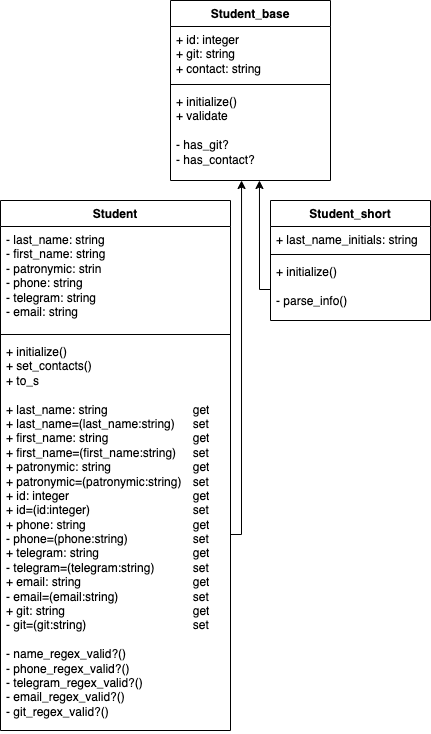
This is Lab2_Core_Classes_and_Models/UML_Student.png from MishaBlinsky/design_patterns, a draw.io export, as it was before one commit. Source tidied: cells renumbered, new cells last; positions are measured from the earlier drawing's top-left corner, leaving out a move shared by most shapes.
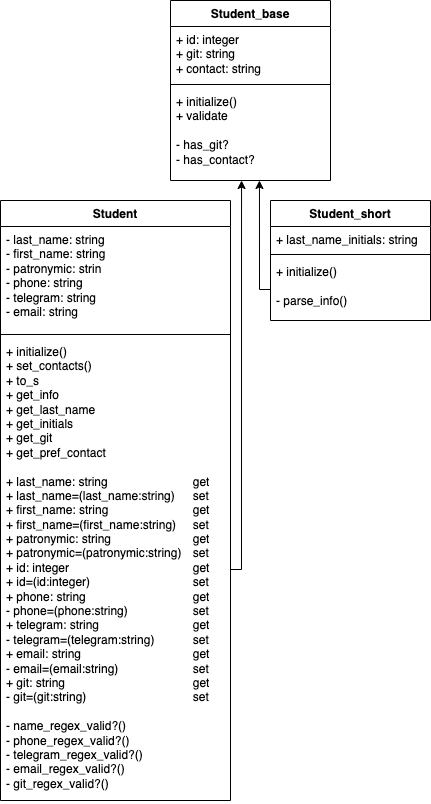
Later version of the same file.

Commit message:
UML_student.png - remembered that get_* methods exist

What changed in the source:
```diff
@@ -3,7 +3,7 @@
     <mxCell id="0" />
     <mxCell id="1" parent="0" />
     <mxCell id="2" value="Student" style="swimlane;fontStyle=1;align=center;verticalAlign=top;horizontal=1;startSize=26;whiteSpace=wrap;html=1;" parent="1" vertex="1">
-      <mxGeometry y="200" width="230" height="530" as="geometry" />
+      <mxGeometry y="200" width="230" height="600" as="geometry" />
     </mxCell>
     <mxCell id="3" value="- last_name: string&lt;div&gt;- first_name&lt;span style=&quot;background-color: initial;&quot;&gt;: string&lt;/span&gt;&lt;/div&gt;&lt;div&gt;- patronymic&lt;span style=&quot;background-color: initial;&quot;&gt;: strin&lt;/span&gt;&lt;/div&gt;&lt;div&gt;- phone&lt;span style=&quot;background-color: initial;&quot;&gt;: string&lt;/span&gt;&lt;/div&gt;&lt;div&gt;- telegram&lt;span style=&quot;background-color: initial;&quot;&gt;: string&lt;/span&gt;&lt;/div&gt;&lt;div&gt;- email&lt;span style=&quot;background-color: initial;&quot;&gt;: string&lt;/span&gt;&lt;/div&gt;" style="text;strokeColor=none;fillColor=none;align=left;verticalAlign=top;spacingLeft=4;spacingRight=4;overflow=hidden;whiteSpace=wrap;html=1;" parent="2" vertex="1">
       <mxGeometry y="26" width="230" height="104" as="geometry" />
@@ -11,8 +11,8 @@
     <mxCell id="4" style="line;strokeWidth=1;fillColor=none;align=left;verticalAlign=middle;spacingTop=-1;spacingLeft=3;spacingRight=3;labelPosition=right;strokeColor=inherit;" parent="2" vertex="1">
       <mxGeometry y="130" width="230" height="8" as="geometry" />
     </mxCell>
-    <mxCell id="5" value="+ initialize()&lt;div&gt;+ set_contacts()&lt;/div&gt;&lt;div&gt;+ to_s&lt;/div&gt;&lt;div&gt;&lt;br&gt;&lt;/div&gt;&lt;div style=&quot;&quot;&gt;+ last_name: string&lt;span style=&quot;white-space: pre;&quot;&gt;&#9;&lt;/span&gt;&lt;span style=&quot;white-space: pre;&quot;&gt;&#9;&lt;span style=&quot;white-space: pre;&quot;&gt;&#9;&lt;/span&gt;&lt;span style=&quot;white-space: pre;&quot;&gt;&#9;&lt;/span&gt;&lt;/span&gt;get&lt;/div&gt;&lt;div&gt;+ last_name=(last_name:string)&lt;span style=&quot;white-space: pre;&quot;&gt;&#9;&lt;/span&gt;set&lt;/div&gt;&lt;div&gt;+ first_name: string&lt;span style=&quot;white-space: pre;&quot;&gt;&#9;&lt;/span&gt;&lt;span style=&quot;white-space: pre;&quot;&gt;&#9;&lt;/span&gt;&lt;span style=&quot;white-space: pre;&quot;&gt;&#9;&lt;/span&gt;&lt;span style=&quot;white-space: pre;&quot;&gt;&#9;&lt;/span&gt;get&lt;/div&gt;&lt;div&gt;+ first_name=(first_name:string)&lt;span style=&quot;white-space: pre;&quot;&gt;&#9;&lt;/span&gt;set&lt;/div&gt;&lt;div&gt;+ patronymic: string&lt;span style=&quot;white-space: pre;&quot;&gt;&#9;&lt;/span&gt;&lt;span style=&quot;white-space: pre;&quot;&gt;&#9;&lt;/span&gt;&lt;span style=&quot;white-space: pre;&quot;&gt;&#9;&lt;/span&gt;get&lt;/div&gt;&lt;div&gt;+ patronymic=(patronymic:string)&lt;span style=&quot;white-space: pre;&quot;&gt;&#9;&lt;/span&gt;set&lt;/div&gt;&lt;div&gt;+ id: integer&lt;span style=&quot;white-space: pre;&quot;&gt;&#9;&lt;/span&gt;&lt;span style=&quot;white-space: pre;&quot;&gt;&#9;&lt;/span&gt;&lt;span style=&quot;white-space: pre;&quot;&gt;&#9;&lt;/span&gt;&lt;span style=&quot;white-space: pre;&quot;&gt;&#9;&lt;/span&gt;&lt;span style=&quot;white-space: pre;&quot;&gt;&#9;&lt;/span&gt;get&lt;/div&gt;&lt;div&gt;+ id=(id:integer)&lt;span style=&quot;white-space: pre;&quot;&gt;&#9;&lt;/span&gt;&lt;span style=&quot;white-space: pre;&quot;&gt;&#9;&lt;/span&gt;&lt;span style=&quot;white-space: pre;&quot;&gt;&#9;&lt;/span&gt;&lt;span style=&quot;white-space: pre;&quot;&gt;&#9;&lt;/span&gt;set&lt;/div&gt;&lt;div&gt;+ phone: string&lt;span style=&quot;white-space: pre;&quot;&gt;&#9;&lt;/span&gt;&lt;span style=&quot;white-space: pre;&quot;&gt;&#9;&lt;/span&gt;&lt;span style=&quot;white-space: pre;&quot;&gt;&#9;&lt;/span&gt;&lt;span style=&quot;white-space: pre;&quot;&gt;&#9;&lt;/span&gt;get&lt;/div&gt;&lt;div&gt;- phone=(phone:string)&lt;span style=&quot;white-space: pre;&quot;&gt;&#9;&lt;/span&gt;&lt;span style=&quot;white-space: pre;&quot;&gt;&#9;&lt;/span&gt;&lt;span style=&quot;white-space: pre;&quot;&gt;&#9;&lt;/span&gt;set&lt;/div&gt;&lt;div&gt;+ telegram: string&lt;span style=&quot;white-space: pre;&quot;&gt;&#9;&lt;/span&gt;&lt;span style=&quot;white-space: pre;&quot;&gt;&#9;&lt;/span&gt;&lt;span style=&quot;white-space: pre;&quot;&gt;&#9;&lt;/span&gt;&lt;span style=&quot;white-space: pre;&quot;&gt;&#9;&lt;/span&gt;get&lt;/div&gt;&lt;div&gt;- telegram=(telegram:string)&lt;span style=&quot;white-space: pre;&quot;&gt;&#9;&lt;/span&gt;&lt;span style=&quot;white-space: pre;&quot;&gt;&#9;&lt;/span&gt;set&lt;/div&gt;&lt;div&gt;+ email: string&lt;span style=&quot;white-space: pre;&quot;&gt;&#9;&lt;/span&gt;&lt;span style=&quot;white-space: pre;&quot;&gt;&#9;&lt;/span&gt;&lt;span style=&quot;white-space: pre;&quot;&gt;&#9;&lt;/span&gt;&lt;span style=&quot;white-space: pre;&quot;&gt;&#9;&lt;/span&gt;&lt;span style=&quot;white-space: pre;&quot;&gt;&#9;&lt;/span&gt;get&lt;/div&gt;&lt;div&gt;- email=(email:string)&lt;span style=&quot;white-space: pre;&quot;&gt;&#9;&lt;/span&gt;&lt;span style=&quot;white-space: pre;&quot;&gt;&#9;&lt;/span&gt;&lt;span style=&quot;white-space: pre;&quot;&gt;&#9;&lt;/span&gt;set&lt;/div&gt;&lt;div&gt;+ git: string&lt;span style=&quot;white-space: pre;&quot;&gt;&#9;&lt;/span&gt;&lt;span style=&quot;white-space: pre;&quot;&gt;&#9;&lt;/span&gt;&lt;span style=&quot;white-space: pre;&quot;&gt;&#9;&lt;/span&gt;&lt;span style=&quot;white-space: pre;&quot;&gt;&#9;&lt;/span&gt;&lt;span style=&quot;white-space: pre;&quot;&gt;&#9;&lt;/span&gt;get&lt;/div&gt;&lt;div&gt;- git=(git:string)&lt;span style=&quot;white-space: pre;&quot;&gt;&#9;&lt;/span&gt;&lt;span style=&quot;white-space: pre;&quot;&gt;&#9;&lt;/span&gt;&lt;span style=&quot;white-space: pre;&quot;&gt;&#9;&lt;/span&gt;&lt;span style=&quot;white-space: pre;&quot;&gt;&#9;&lt;/span&gt;set&lt;/div&gt;&lt;div&gt;&lt;br&gt;&lt;/div&gt;&lt;div&gt;- name_regex_valid?()&lt;/div&gt;&lt;div&gt;-&amp;nbsp;phone_regex_valid?()&lt;/div&gt;&lt;div&gt;&lt;div&gt;- telegram_regex_valid?()&lt;/div&gt;&lt;div&gt;-&amp;nbsp;email_regex_valid?()&lt;/div&gt;&lt;/div&gt;&lt;div&gt;-&amp;nbsp;git_regex_valid?()&lt;/div&gt;" style="text;strokeColor=none;fillColor=none;align=left;verticalAlign=top;spacingLeft=4;spacingRight=4;overflow=hidden;points=[[0,0.5],[1,0.5]];portConstraint=eastwest;whiteSpace=wrap;html=1;" parent="2" vertex="1">
-      <mxGeometry y="138" width="230" height="392" as="geometry" />
+    <mxCell id="5" value="+ initialize()&lt;div&gt;+ set_contacts()&lt;/div&gt;&lt;div&gt;+ to_s&lt;/div&gt;&lt;div&gt;&lt;div&gt;+&amp;nbsp;get_info&lt;/div&gt;&lt;div&gt;+ get_last_name&lt;/div&gt;&lt;div&gt;+ get_initials&lt;/div&gt;&lt;div&gt;+&amp;nbsp;get_git&lt;/div&gt;&lt;div&gt;+&amp;nbsp;get_pref_contact&lt;/div&gt;&lt;/div&gt;&lt;div&gt;&lt;br&gt;&lt;/div&gt;&lt;div style=&quot;&quot;&gt;+ last_name: string&lt;span style=&quot;white-space: pre;&quot;&gt;&#9;&lt;/span&gt;&lt;span style=&quot;white-space: pre;&quot;&gt;&#9;&lt;span style=&quot;white-space: pre;&quot;&gt;&#9;&lt;/span&gt;&lt;span style=&quot;white-space: pre;&quot;&gt;&#9;&lt;/span&gt;&lt;/span&gt;get&lt;/div&gt;&lt;div&gt;+ last_name=(last_name:string)&lt;span style=&quot;white-space: pre;&quot;&gt;&#9;&lt;/span&gt;set&lt;/div&gt;&lt;div&gt;+ first_name: string&lt;span style=&quot;white-space: pre;&quot;&gt;&#9;&lt;/span&gt;&lt;span style=&quot;white-space: pre;&quot;&gt;&#9;&lt;/span&gt;&lt;span style=&quot;white-space: pre;&quot;&gt;&#9;&lt;/span&gt;&lt;span style=&quot;white-space: pre;&quot;&gt;&#9;&lt;/span&gt;get&lt;/div&gt;&lt;div&gt;+ first_name=(first_name:string)&lt;span style=&quot;white-space: pre;&quot;&gt;&#9;&lt;/span&gt;set&lt;/div&gt;&lt;div&gt;+ patronymic: string&lt;span style=&quot;white-space: pre;&quot;&gt;&#9;&lt;/span&gt;&lt;span style=&quot;white-space: pre;&quot;&gt;&#9;&lt;/span&gt;&lt;span style=&quot;white-space: pre;&quot;&gt;&#9;&lt;/span&gt;get&lt;/div&gt;&lt;div&gt;+ patronymic=(patronymic:string)&lt;span style=&quot;white-space: pre;&quot;&gt;&#9;&lt;/span&gt;set&lt;/div&gt;&lt;div&gt;+ id: integer&lt;span style=&quot;white-space: pre;&quot;&gt;&#9;&lt;/span&gt;&lt;span style=&quot;white-space: pre;&quot;&gt;&#9;&lt;/span&gt;&lt;span style=&quot;white-space: pre;&quot;&gt;&#9;&lt;/span&gt;&lt;span style=&quot;white-space: pre;&quot;&gt;&#9;&lt;/span&gt;&lt;span style=&quot;white-space: pre;&quot;&gt;&#9;&lt;/span&gt;get&lt;/div&gt;&lt;div&gt;+ id=(id:integer)&lt;span style=&quot;white-space: pre;&quot;&gt;&#9;&lt;/span&gt;&lt;span style=&quot;white-space: pre;&quot;&gt;&#9;&lt;/span&gt;&lt;span style=&quot;white-space: pre;&quot;&gt;&#9;&lt;/span&gt;&lt;span style=&quot;white-space: pre;&quot;&gt;&#9;&lt;/span&gt;set&lt;/div&gt;&lt;div&gt;+ phone: string&lt;span style=&quot;white-space: pre;&quot;&gt;&#9;&lt;/span&gt;&lt;span style=&quot;white-space: pre;&quot;&gt;&#9;&lt;/span&gt;&lt;span style=&quot;white-space: pre;&quot;&gt;&#9;&lt;/span&gt;&lt;span style=&quot;white-space: pre;&quot;&gt;&#9;&lt;/span&gt;get&lt;/div&gt;&lt;div&gt;- phone=(phone:string)&lt;span style=&quot;white-space: pre;&quot;&gt;&#9;&lt;/span&gt;&lt;span style=&quot;white-space: pre;&quot;&gt;&#9;&lt;/span&gt;&lt;span style=&quot;white-space: pre;&quot;&gt;&#9;&lt;/span&gt;set&lt;/div&gt;&lt;div&gt;+ telegram: string&lt;span style=&quot;white-space: pre;&quot;&gt;&#9;&lt;/span&gt;&lt;span style=&quot;white-space: pre;&quot;&gt;&#9;&lt;/span&gt;&lt;span style=&quot;white-space: pre;&quot;&gt;&#9;&lt;/span&gt;&lt;span style=&quot;white-space: pre;&quot;&gt;&#9;&lt;/span&gt;get&lt;/div&gt;&lt;div&gt;- telegram=(telegram:string)&lt;span style=&quot;white-space: pre;&quot;&gt;&#9;&lt;/span&gt;&lt;span style=&quot;white-space: pre;&quot;&gt;&#9;&lt;/span&gt;set&lt;/div&gt;&lt;div&gt;+ email: string&lt;span style=&quot;white-space: pre;&quot;&gt;&#9;&lt;/span&gt;&lt;span style=&quot;white-space: pre;&quot;&gt;&#9;&lt;/span&gt;&lt;span style=&quot;white-space: pre;&quot;&gt;&#9;&lt;/span&gt;&lt;span style=&quot;white-space: pre;&quot;&gt;&#9;&lt;/span&gt;&lt;span style=&quot;white-space: pre;&quot;&gt;&#9;&lt;/span&gt;get&lt;/div&gt;&lt;div&gt;- email=(email:string)&lt;span style=&quot;white-space: pre;&quot;&gt;&#9;&lt;/span&gt;&lt;span style=&quot;white-space: pre;&quot;&gt;&#9;&lt;/span&gt;&lt;span style=&quot;white-space: pre;&quot;&gt;&#9;&lt;/span&gt;set&lt;/div&gt;&lt;div&gt;+ git: string&lt;span style=&quot;white-space: pre;&quot;&gt;&#9;&lt;/span&gt;&lt;span style=&quot;white-space: pre;&quot;&gt;&#9;&lt;/span&gt;&lt;span style=&quot;white-space: pre;&quot;&gt;&#9;&lt;/span&gt;&lt;span style=&quot;white-space: pre;&quot;&gt;&#9;&lt;/span&gt;&lt;span style=&quot;white-space: pre;&quot;&gt;&#9;&lt;/span&gt;get&lt;/div&gt;&lt;div&gt;- git=(git:string)&lt;span style=&quot;white-space: pre;&quot;&gt;&#9;&lt;/span&gt;&lt;span style=&quot;white-space: pre;&quot;&gt;&#9;&lt;/span&gt;&lt;span style=&quot;white-space: pre;&quot;&gt;&#9;&lt;/span&gt;&lt;span style=&quot;white-space: pre;&quot;&gt;&#9;&lt;/span&gt;set&lt;/div&gt;&lt;div&gt;&lt;br&gt;&lt;/div&gt;&lt;div&gt;- name_regex_valid?()&lt;/div&gt;&lt;div&gt;-&amp;nbsp;phone_regex_valid?()&lt;/div&gt;&lt;div&gt;&lt;div&gt;- telegram_regex_valid?()&lt;/div&gt;&lt;div&gt;-&amp;nbsp;email_regex_valid?()&lt;/div&gt;&lt;/div&gt;&lt;div&gt;-&amp;nbsp;git_regex_valid?()&lt;/div&gt;" style="text;strokeColor=none;fillColor=none;align=left;verticalAlign=top;spacingLeft=4;spacingRight=4;overflow=hidden;points=[[0,0.5],[1,0.5]];portConstraint=eastwest;whiteSpace=wrap;html=1;" parent="2" vertex="1">
+      <mxGeometry y="138" width="230" height="462" as="geometry" />
     </mxCell>
     <mxCell id="6" value="Student_base" style="swimlane;fontStyle=1;align=center;verticalAlign=top;horizontal=1;startSize=26;whiteSpace=wrap;html=1;" parent="1" vertex="1">
       <mxGeometry x="170" width="160" height="180" as="geometry" />
```
